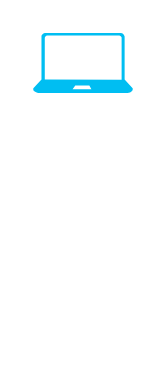
This is Untitled Diagram.drawio from DamaDamanik/IoTSmartFarming, a draw.io file, before an edit. Source tidied: cells renumbered, new cells numbered last; positions are measured from the earlier drawing's top-left corner, leaving out a move shared by most shapes. Both pictures are drawn from the tidied source at 200%, with x=0, y=0 at pixel (32, 32).
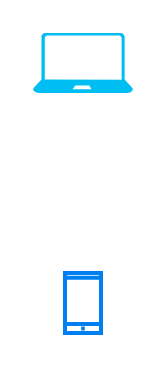
The same page after the edit.

Diff of the diagram source:
```diff
@@
 <mxGraphModel>
   <root>
     <mxCell id="0" />
     <mxCell id="1" parent="0" />
     <mxCell id="2" style="verticalLabelPosition=bottom;html=1;verticalAlign=top;align=center;strokeColor=none;fillColor=#00BEF2;shape=mxgraph.azure.laptop;" parent="1" vertex="1">
       <mxGeometry width="50" height="30" as="geometry" />
     </mxCell>
+    <mxCell id="3" style="html=1;verticalLabelPosition=bottom;align=center;labelBackgroundColor=#ffffff;verticalAlign=top;strokeWidth=2;strokeColor=#0080F0;shadow=0;dashed=0;shape=mxgraph.ios7.icons.smartphone;" parent="1" vertex="1">
+      <mxGeometry x="16" y="120" width="18" height="30" as="geometry" />
+    </mxCell>
   </root>
 </mxGraphModel>
```
